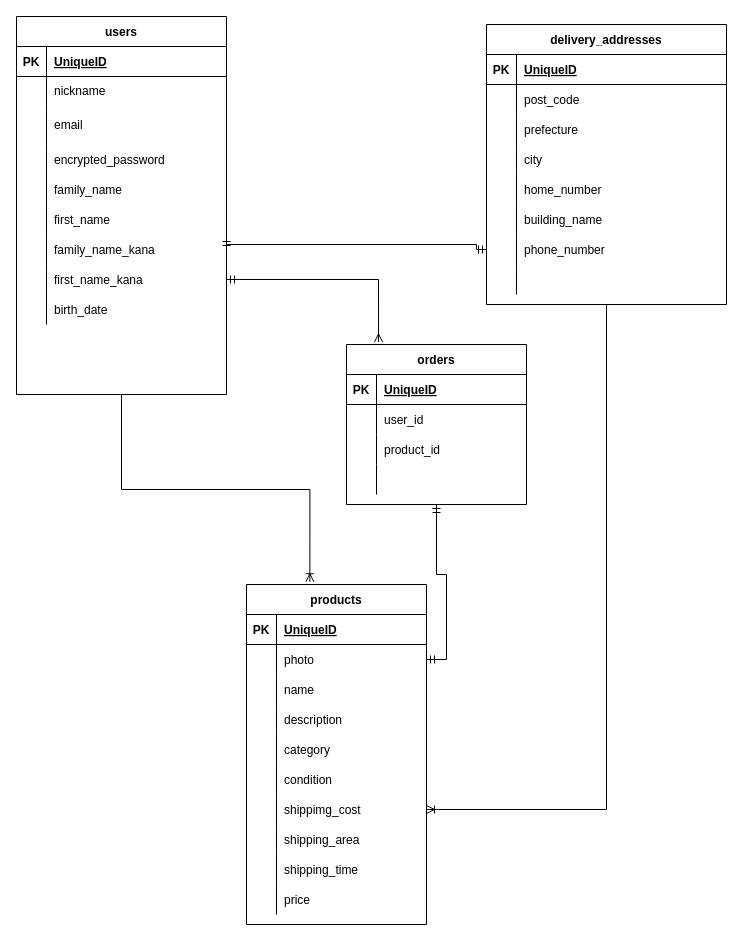
Before: app/views/shared/furima.dio in hikaruueta/furima-35024, a draw.io diagram. Source tidied: cells renumbered, new cells numbered last; positions are measured from the earlier drawing's top-left corner, leaving out a move shared by most shapes. Both pictures are drawn from the tidied source at 100%, with x=0, y=0 at pixel (16, 16).
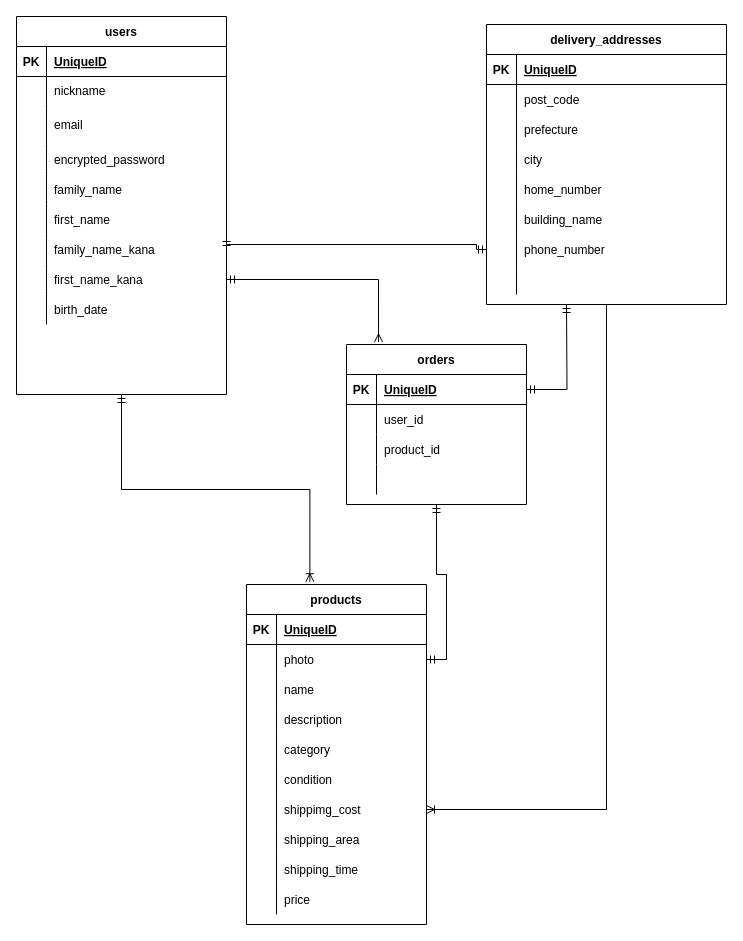
Above is the later version.

The change refers to these unchanged cells:
```xml
<mxCell id="3" value="users" style="shape=table;startSize=30;childLayout=tableLayout;rowLines=0;fontStyle=1;align=center;" parent="1" vertex="1">
  <mxGeometry width="210" height="378" as="geometry" />
</mxCell>
<mxCell id="57" value="products" style="shape=table;startSize=30;childLayout=tableLayout;rowLines=0;fontStyle=1;align=center;" parent="1" vertex="1">
  <mxGeometry x="230" y="568" width="180" height="340" as="geometry" />
</mxCell>
<mxCell id="93" style="shape=partialRectangle;fillColor=none;top=0;left=0;bottom=1;right=0;points=[[0,0.5],[1,0.5]];portConstraint=eastwest;" parent="92" vertex="1">
  <mxGeometry y="30" width="180" height="30" as="geometry" />
</mxCell>
```

Change to the diagram source:
```diff
@@
-    <mxCell id="2" style="edgeStyle=orthogonalEdgeStyle;rounded=0;jettySize=auto;html=1;exitX=0.5;exitY=1;exitDx=0;exitDy=0;endArrow=ERoneToMany;endFill=0;entryX=0.352;entryY=-0.008;entryDx=0;entryDy=0;entryPerimeter=0;" parent="1" edge="1" source="3" target="57">
+    <mxCell id="2" style="edgeStyle=orthogonalEdgeStyle;rounded=0;jettySize=auto;html=1;exitX=0.5;exitY=1;exitDx=0;exitDy=0;endArrow=ERoneToMany;endFill=0;entryX=0.352;entryY=-0.008;entryDx=0;entryDy=0;entryPerimeter=0;startArrow=ERmandOne;startFill=0;" parent="1" edge="1" source="3" target="57">
       <mxGeometry relative="1" as="geometry" />
     </mxCell>
@@
+    <mxCell id="106" style="edgeStyle=orthogonalEdgeStyle;rounded=0;jettySize=auto;html=1;startArrow=ERmandOne;startFill=0;endArrow=ERmandOne;endFill=0;" parent="1" edge="1" source="93">
+      <mxGeometry relative="1" as="geometry">
+        <mxPoint x="550" y="288" as="targetPoint" />
+      </mxGeometry>
+    </mxCell>
```
